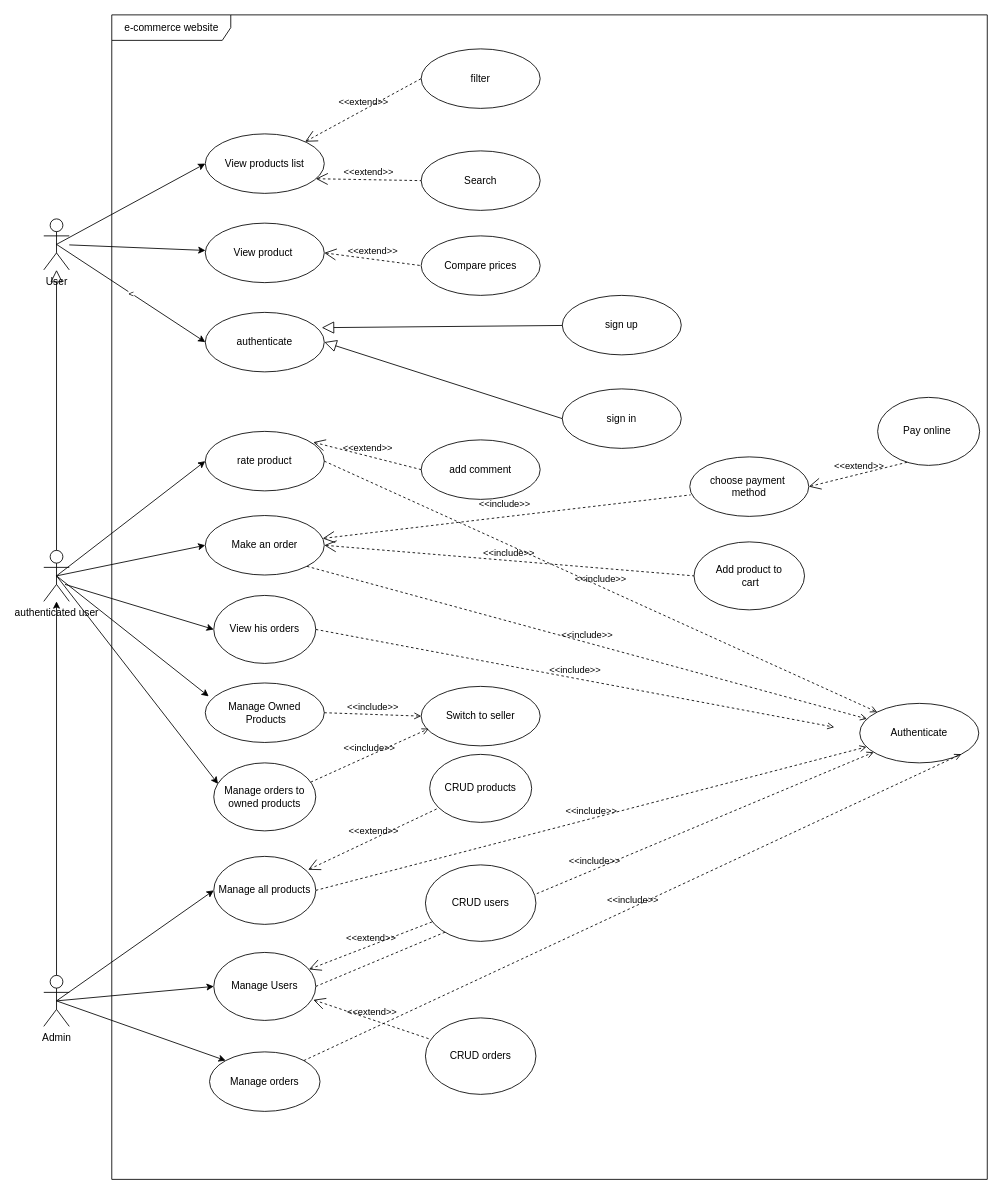
The draw.io diagram uml/useCase.drawio in zinoubm/Marketly, before the edit. Source tidied: cells renumbered, new cells numbered last; positions are measured from the earlier drawing's top-left corner, leaving out a move shared by most shapes. Both pictures are drawn from the tidied source at 85%, with x=0, y=0 at pixel (43, 14).
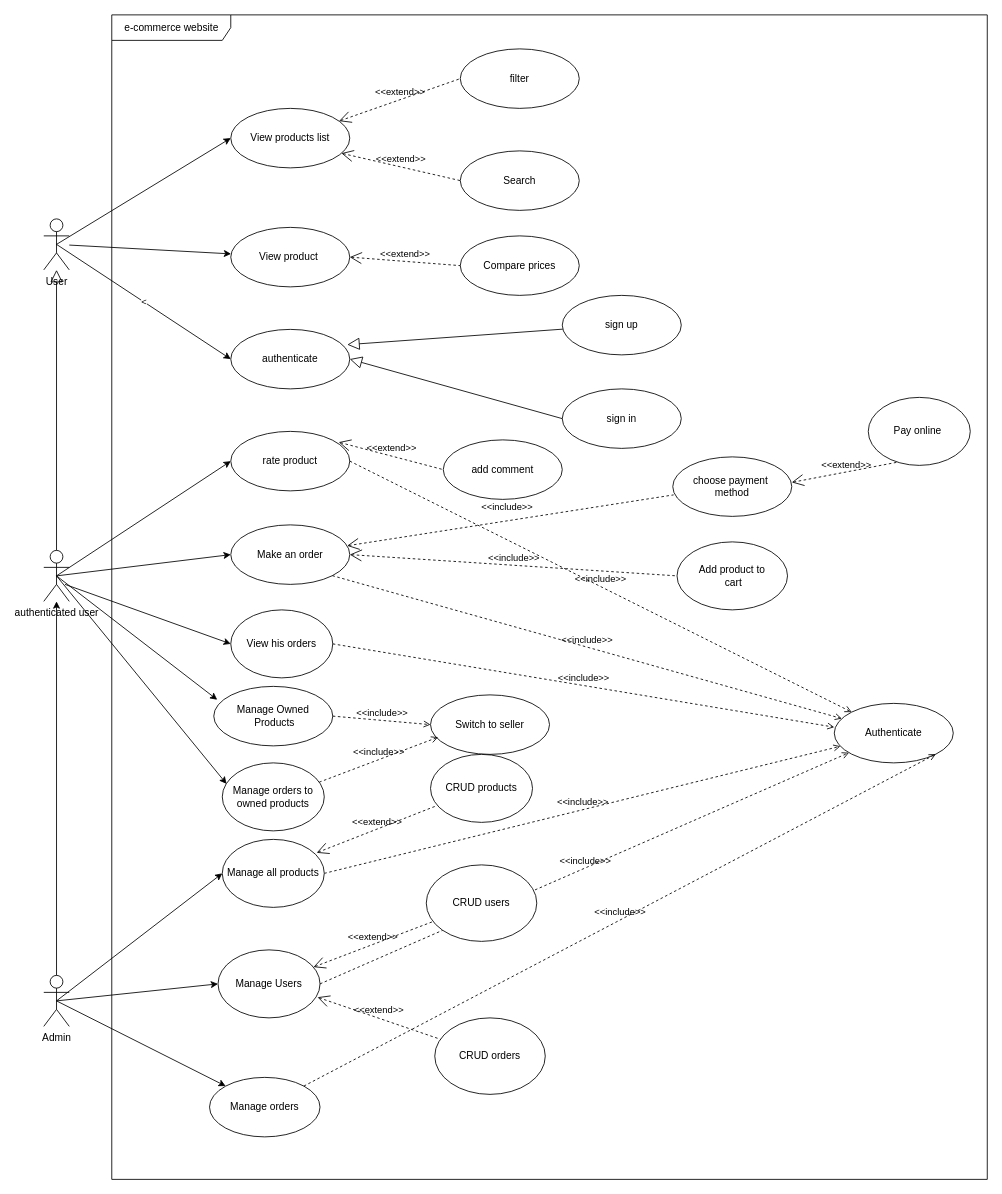
After the change.

Commit message (it also covers changes not shown here):
add use case description and make some changes in the use case diagram

What changed in the source:
```diff
@@
     <mxCell id="17" value="View products list" style="ellipse;whiteSpace=wrap;html=1;" parent="1" vertex="1">
-      <mxGeometry x="190" y="140" width="140" height="70" as="geometry" />
+      <mxGeometry x="220" y="110" width="140" height="70" as="geometry" />
     </mxCell>
     <mxCell id="18" value="rate product" style="ellipse;whiteSpace=wrap;html=1;" parent="1" vertex="1">
-      <mxGeometry x="190" y="490" width="140" height="70" as="geometry" />
+      <mxGeometry x="220" y="490" width="140" height="70" as="geometry" />
     </mxCell>
     <mxCell id="19" value="Make an order" style="ellipse;whiteSpace=wrap;html=1;" parent="1" vertex="1">
-      <mxGeometry x="190" y="589" width="140" height="70" as="geometry" />
+      <mxGeometry x="220" y="600" width="140" height="70" as="geometry" />
     </mxCell>
     <mxCell id="20" value="Search" style="ellipse;whiteSpace=wrap;html=1;" parent="1" vertex="1">
-      <mxGeometry x="444" y="160" width="140" height="70" as="geometry" />
+      <mxGeometry x="490" y="160" width="140" height="70" as="geometry" />
     </mxCell>
     <mxCell id="21" value="Authenticate" style="ellipse;whiteSpace=wrap;html=1;" parent="1" vertex="1">
-      <mxGeometry x="960" y="810" width="140" height="70" as="geometry" />
+      <mxGeometry x="930" y="810" width="140" height="70" as="geometry" />
     </mxCell>
@@
     <mxCell id="26" value="Manage orders" style="ellipse;whiteSpace=wrap;html=1;" parent="1" vertex="1">
-      <mxGeometry x="195" y="1220" width="130" height="70" as="geometry" />
+      <mxGeometry x="195" y="1250" width="130" height="70" as="geometry" />
     </mxCell>
@@
     <mxCell id="28" value="filter" style="ellipse;whiteSpace=wrap;html=1;" parent="1" vertex="1">
-      <mxGeometry x="444" y="40" width="140" height="70" as="geometry" />
+      <mxGeometry x="490" y="40" width="140" height="70" as="geometry" />
     </mxCell>
@@
     <mxCell id="30" value="add comment" style="ellipse;whiteSpace=wrap;html=1;" parent="1" vertex="1">
-      <mxGeometry x="444" y="500" width="140" height="70" as="geometry" />
+      <mxGeometry x="470" y="500" width="140" height="70" as="geometry" />
     </mxCell>
@@
     <mxCell id="34" value="authenticate" style="ellipse;whiteSpace=wrap;html=1;" parent="1" vertex="1">
-      <mxGeometry x="190" y="350" width="140" height="70" as="geometry" />
+      <mxGeometry x="220" y="370" width="140" height="70" as="geometry" />
     </mxCell>
     <mxCell id="35" value="Manage Owned&lt;div&gt;&amp;nbsp;Products&lt;/div&gt;" style="ellipse;whiteSpace=wrap;html=1;" parent="1" vertex="1">
-      <mxGeometry x="190" y="786" width="140" height="70" as="geometry" />
+      <mxGeometry x="200" y="790" width="140" height="70" as="geometry" />
     </mxCell>
     <mxCell id="36" value="Switch to seller" style="ellipse;whiteSpace=wrap;html=1;" parent="1" vertex="1">
-      <mxGeometry x="444" y="790" width="140" height="70" as="geometry" />
+      <mxGeometry x="455" y="800" width="140" height="70" as="geometry" />
     </mxCell>
@@
     <mxCell id="38" value="choose payment&amp;nbsp;&lt;div&gt;method&lt;/div&gt;" style="ellipse;whiteSpace=wrap;html=1;" parent="1" vertex="1">
-      <mxGeometry x="760" y="520" width="140" height="70" as="geometry" />
+      <mxGeometry x="740" y="520" width="140" height="70" as="geometry" />
     </mxCell>
@@
     <mxCell id="42" value="View product&amp;nbsp;" style="ellipse;whiteSpace=wrap;html=1;" parent="1" vertex="1">
-      <mxGeometry x="190" y="245" width="140" height="70" as="geometry" />
+      <mxGeometry x="220" y="250" width="140" height="70" as="geometry" />
     </mxCell>
@@
     <mxCell id="44" value="Compare prices" style="ellipse;whiteSpace=wrap;html=1;" parent="1" vertex="1">
-      <mxGeometry x="444" y="260" width="140" height="70" as="geometry" />
+      <mxGeometry x="490" y="260" width="140" height="70" as="geometry" />
     </mxCell>
@@
     <mxCell id="46" value="Manage all products" style="ellipse;whiteSpace=wrap;html=1;" parent="1" vertex="1">
-      <mxGeometry x="200" y="990" width="120" height="80" as="geometry" />
+      <mxGeometry x="210" y="970" width="120" height="80" as="geometry" />
     </mxCell>
     <mxCell id="47" value="Manage Users" style="ellipse;whiteSpace=wrap;html=1;" parent="1" vertex="1">
-      <mxGeometry x="200" y="1103" width="120" height="80" as="geometry" />
+      <mxGeometry x="205" y="1100" width="120" height="80" as="geometry" />
     </mxCell>
     <mxCell id="48" value="Add product to&lt;div&gt;&amp;nbsp;cart&lt;/div&gt;" style="ellipse;whiteSpace=wrap;html=1;" parent="1" vertex="1">
-      <mxGeometry x="765" y="620" width="130" height="80" as="geometry" />
+      <mxGeometry x="745" y="620" width="130" height="80" as="geometry" />
     </mxCell>
@@
     <mxCell id="51" value="CRUD products" style="ellipse;whiteSpace=wrap;html=1;" parent="1" vertex="1">
-      <mxGeometry x="454" y="870" width="120" height="80" as="geometry" />
+      <mxGeometry x="455" y="870" width="120" height="80" as="geometry" />
     </mxCell>
@@
     <mxCell id="53" value="CRUD orders" style="ellipse;whiteSpace=wrap;html=1;" parent="1" vertex="1">
-      <mxGeometry x="449" y="1180" width="130" height="90" as="geometry" />
+      <mxGeometry x="460" y="1180" width="130" height="90" as="geometry" />
     </mxCell>
@@
     <mxCell id="55" value="Manage orders to&lt;div&gt;owned products&lt;/div&gt;" style="ellipse;whiteSpace=wrap;html=1;" parent="1" vertex="1">
-      <mxGeometry x="200" y="880" width="120" height="80" as="geometry" />
+      <mxGeometry x="210" y="880" width="120" height="80" as="geometry" />
     </mxCell>
@@
     <mxCell id="57" value="CRUD users" style="ellipse;whiteSpace=wrap;html=1;" parent="1" vertex="1">
-      <mxGeometry x="449" y="1000" width="130" height="90" as="geometry" />
+      <mxGeometry x="450" y="1000" width="130" height="90" as="geometry" />
     </mxCell>
@@
-    <mxCell id="59" value="&amp;lt;&amp;lt;extend&amp;gt;&amp;gt;" style="edgeStyle=none;html=1;startArrow=open;endArrow=none;startSize=12;verticalAlign=bottom;dashed=1;labelBackgroundColor=none;entryX=0.308;entryY=0.947;entryDx=0;entryDy=0;entryPerimeter=0;exitX=1;exitY=0.5;exitDx=0;exitDy=0;" parent="1" edge="1" source="38" target="60">
-      <mxGeometry relative="1" as="geometry" />
+    <mxCell id="59" value="&amp;lt;&amp;lt;extend&amp;gt;&amp;gt;" style="edgeStyle=none;html=1;startArrow=open;endArrow=none;startSize=12;verticalAlign=bottom;dashed=1;labelBackgroundColor=none;entryX=0.308;entryY=0.947;entryDx=0;entryDy=0;entryPerimeter=0;" parent="1" edge="1" target="60">
+      <mxGeometry relative="1" as="geometry">
+        <mxPoint x="880" y="550" as="sourcePoint" />
+      </mxGeometry>
     </mxCell>
     <mxCell id="60" value="Pay online&amp;nbsp;" style="ellipse;whiteSpace=wrap;html=1;" parent="1" vertex="1">
-      <mxGeometry x="981" y="450" width="120" height="80" as="geometry" />
+      <mxGeometry x="970" y="450" width="120" height="80" as="geometry" />
     </mxCell>
     <mxCell id="61" value="View his orders" style="ellipse;whiteSpace=wrap;html=1;" parent="1" vertex="1">
-      <mxGeometry x="200" y="683" width="120" height="80" as="geometry" />
+      <mxGeometry x="220" y="700" width="120" height="80" as="geometry" />
     </mxCell>
```
